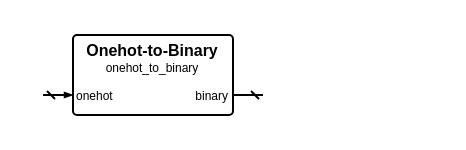
Above: sources/encoding/onehot/onehot_to_binary.symbol.drawio in Louis-DR/OmniCores-BuildingBlocks (draw.io), before the change. Source tidied: cells renumbered, new cells numbered last; positions are measured from the earlier drawing's top-left corner, leaving out a move shared by most shapes. Both pictures are drawn from the tidied source at 200%, with x=0, y=0 at pixel (42, 34).
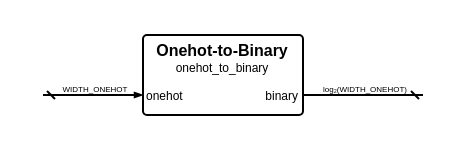
Above is the later version.

Diff of the diagram source:
```diff
@@
 <mxGraphModel>
   <root>
     <mxCell id="0" />
     <mxCell id="1" parent="0" />
     <mxCell id="2" style="group;" parent="1" vertex="1">
-      <mxGeometry width="110" height="40" as="geometry" />
+      <mxGeometry width="190" height="40" as="geometry" />
     </mxCell>
     <mxCell id="3" style="rounded=1;arcSize=5;fillColor=none;strokeWidth=1;strokeColor=black;whiteSpace=wrap;html=1;" parent="2" vertex="1">
-      <mxGeometry x="15" width="80" height="40" as="geometry" />
+      <mxGeometry x="50" width="80" height="40" as="geometry" />
     </mxCell>
     <mxCell id="4" value="Onehot-to-Binary" style="text;html=1;align=center;verticalAlign=middle;whiteSpace=wrap;rounded=0;fontSize=8;fontStyle=1;fontColor=black;" parent="2" vertex="1">
-      <mxGeometry x="15" y="7" width="80" as="geometry" />
+      <mxGeometry x="50" y="7" width="80" as="geometry" />
     </mxCell>
     <mxCell id="5" value="onehot_to_binary" style="text;html=1;align=center;verticalAlign=middle;whiteSpace=wrap;rounded=0;fontSize=6;fontStyle=0;fontColor=black;" parent="2" vertex="1">
-      <mxGeometry x="15" y="16" width="80" as="geometry" />
+      <mxGeometry x="50" y="16" width="80" as="geometry" />
     </mxCell>
     <mxCell id="6" value="onehot" style="text;html=1;align=left;verticalAlign=middle;whiteSpace=wrap;rounded=0;fontSize=6;fontStyle=0;fontColor=black;" parent="2" vertex="1">
-      <mxGeometry x="15" y="30" width="80" as="geometry" />
+      <mxGeometry x="50" y="30" width="80" as="geometry" />
     </mxCell>
     <mxCell id="7" style="html=1;rounded=1;strokeWidth=1;strokeColor=black;startFill=0;startSize=2;startArrow=dash;endFill=1;endSize=2;endArrow=blockThin;sourcePerimeterSpacing=0;" parent="2" edge="1">
       <mxGeometry relative="1" as="geometry">
         <mxPoint y="30" as="sourcePoint" />
-        <mxPoint x="15" y="30" as="targetPoint" />
+        <mxPoint x="50" y="30" as="targetPoint" />
       </mxGeometry>
     </mxCell>
+    <mxCell id="10" value="WIDTH_ONEHOT" style="text;html=1;align=center;verticalAlign=middle;whiteSpace=nowrap;rounded=0;fontSize=4;fontStyle=0;fontColor=black;" parent="2" vertex="1">
+      <mxGeometry x="25" y="27" as="geometry" />
+    </mxCell>
     <mxCell id="8" value="binary" style="text;html=1;align=right;verticalAlign=middle;whiteSpace=wrap;rounded=0;fontSize=6;fontStyle=0;fontColor=black;" parent="2" vertex="1">
-      <mxGeometry x="15" y="30" width="80" as="geometry" />
+      <mxGeometry x="50" y="30" width="80" as="geometry" />
     </mxCell>
     <mxCell id="9" style="html=1;rounded=1;strokeWidth=1;strokeColor=black;startFill=0;startSize=2;startArrow=dash;endFill=1;endSize=2;endArrow=none;sourcePerimeterSpacing=0;" parent="2" edge="1">
       <mxGeometry relative="1" as="geometry">
-        <mxPoint x="110" y="30" as="sourcePoint" />
-        <mxPoint x="95" y="30" as="targetPoint" />
+        <mxPoint x="190" y="30" as="sourcePoint" />
+        <mxPoint x="130" y="30" as="targetPoint" />
       </mxGeometry>
     </mxCell>
+    <mxCell id="11" value="log₂(WIDTH_ONEHOT)" style="text;html=1;align=center;verticalAlign=middle;whiteSpace=nowrap;rounded=0;fontSize=4;fontStyle=0;fontColor=black;" parent="2" vertex="1">
+      <mxGeometry x="160" y="27" as="geometry" />
+    </mxCell>
   </root>
 </mxGraphModel>
```
